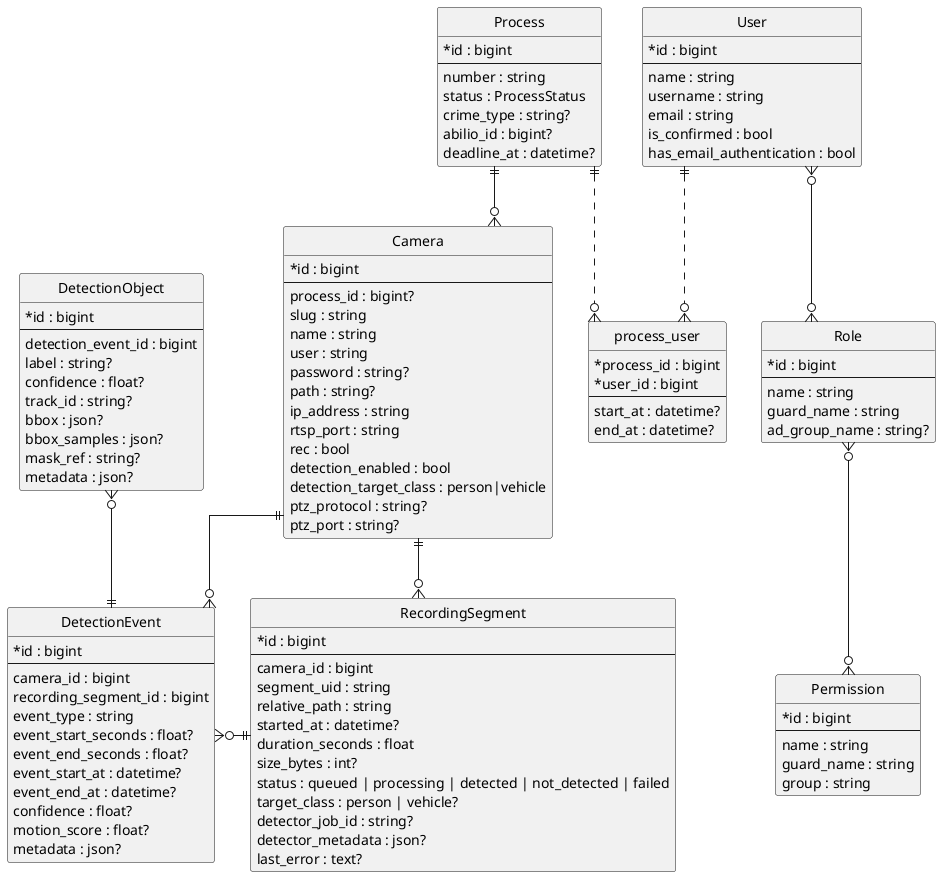
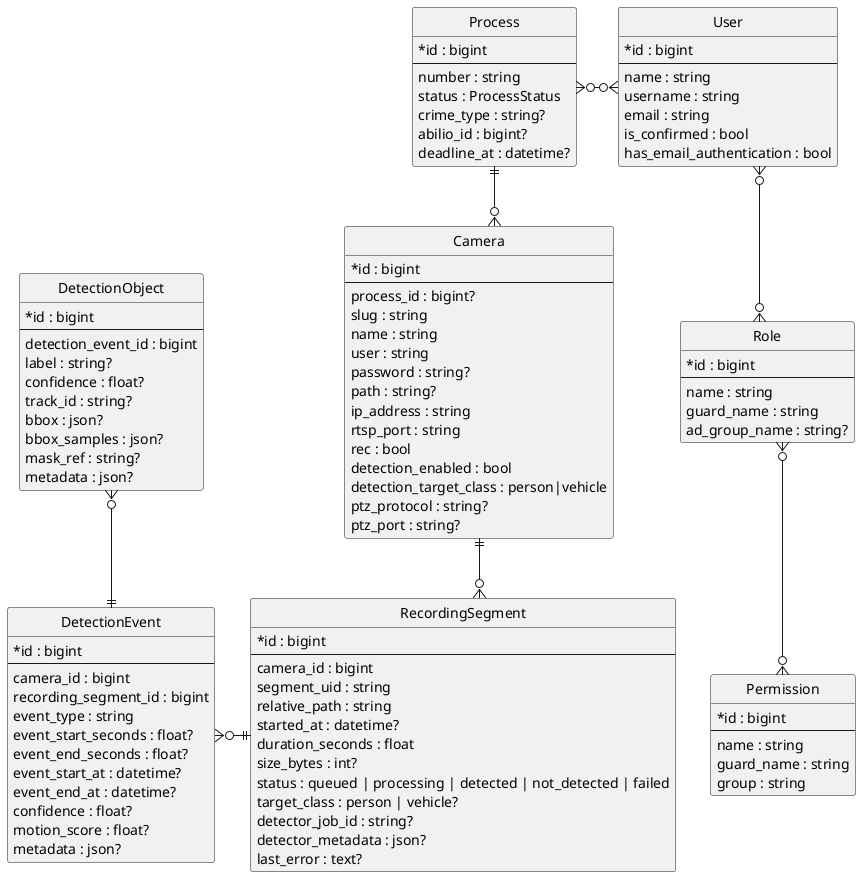
@startuml oldmd


hide circle
hide methods
skinparam classAttributeIconSize 0
skinparam linetype ortho

entity "User" as User {
  * id : bigint
  --
  name : string
  username : string
  email : string
  is_confirmed : bool
  has_email_authentication : bool
}

entity "Role" as Role {
  * id : bigint
  --
  name : string
  guard_name : string
  ad_group_name : string?
}

entity "Permission" as Permission {
  * id : bigint
  --
  name : string
  guard_name : string
  group : string
}

entity "Process" as Process {
  * id : bigint
  --
  number : string
  status : ProcessStatus
  crime_type : string?
  abilio_id : bigint?
  deadline_at : datetime?
}

- entity "process_user" as ProcessUser {
-   * process_id : bigint
-   * user_id : bigint
-   --
-   start_at : datetime?
-   end_at : datetime?
- }
+ ' entity "process_user" as ProcessUser {
+ '   * process_id : bigint
+ '   * user_id : bigint
+ '   --
+ '   start_at : datetime?
+ '   end_at : datetime?
+ ' }

entity "Camera" as Camera {
  * id : bigint
  --
  process_id : bigint?
  slug : string
  name : string
  user : string
  password : string?
  path : string?
  ip_address : string
  rtsp_port : string
  rec : bool
  detection_enabled : bool
  detection_target_class : person|vehicle
  ptz_protocol : string?
  ptz_port : string?
}

entity "RecordingSegment" as RecordingSegment {
  * id : bigint
  --
  camera_id : bigint
  segment_uid : string
  relative_path : string
  started_at : datetime?
  duration_seconds : float
  size_bytes : int?
  status : queued | processing | detected | not_detected | failed
  target_class : person | vehicle?
  detector_job_id : string?
  detector_metadata : json?
  last_error : text?
}

entity "DetectionEvent" as DetectionEvent {
  * id : bigint
  --
  camera_id : bigint
  recording_segment_id : bigint
  event_type : string
  event_start_seconds : float?
  event_end_seconds : float?
  event_start_at : datetime?
  event_end_at : datetime?
  confidence : float?
  motion_score : float?
  metadata : json?
}

entity "DetectionObject" as DetectionObject {
  * id : bigint
  --
  detection_event_id : bigint
  label : string?
  confidence : float?
  track_id : string?
  bbox : json?
  bbox_samples : json?
  mask_ref : string?
  metadata : json?
}

User }o--o{ Role
Role }o-down-o{ Permission
- User ||.down.o{ ProcessUser
- Process ||..o{ ProcessUser
+ Process }o-o{ User
Process ||--o{ Camera
Camera ||--o{ RecordingSegment
- Camera ||--o{ DetectionEvent
+ 
RecordingSegment ||-left-o{ DetectionEvent

DetectionEvent ||-up-o{ DetectionObject

@enduml
